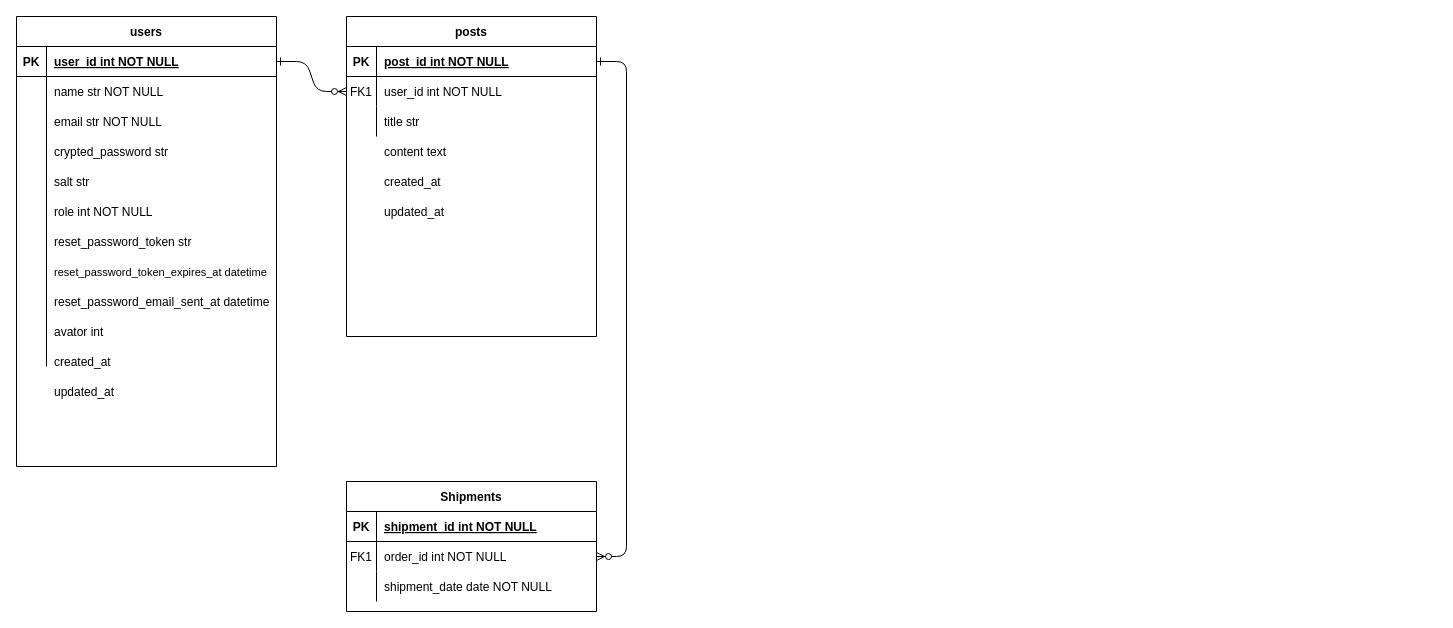
Above: 名称未設定ファイル.drawio in Toshiki003/Dressing-for-2-years-old-child (draw.io), before the change. Source tidied: cells renumbered, new cells numbered last; positions are measured from the earlier drawing's top-left corner, leaving out a move shared by most shapes. Both pictures are drawn from the tidied source at 100%, with x=0, y=0 at pixel (16, 16).
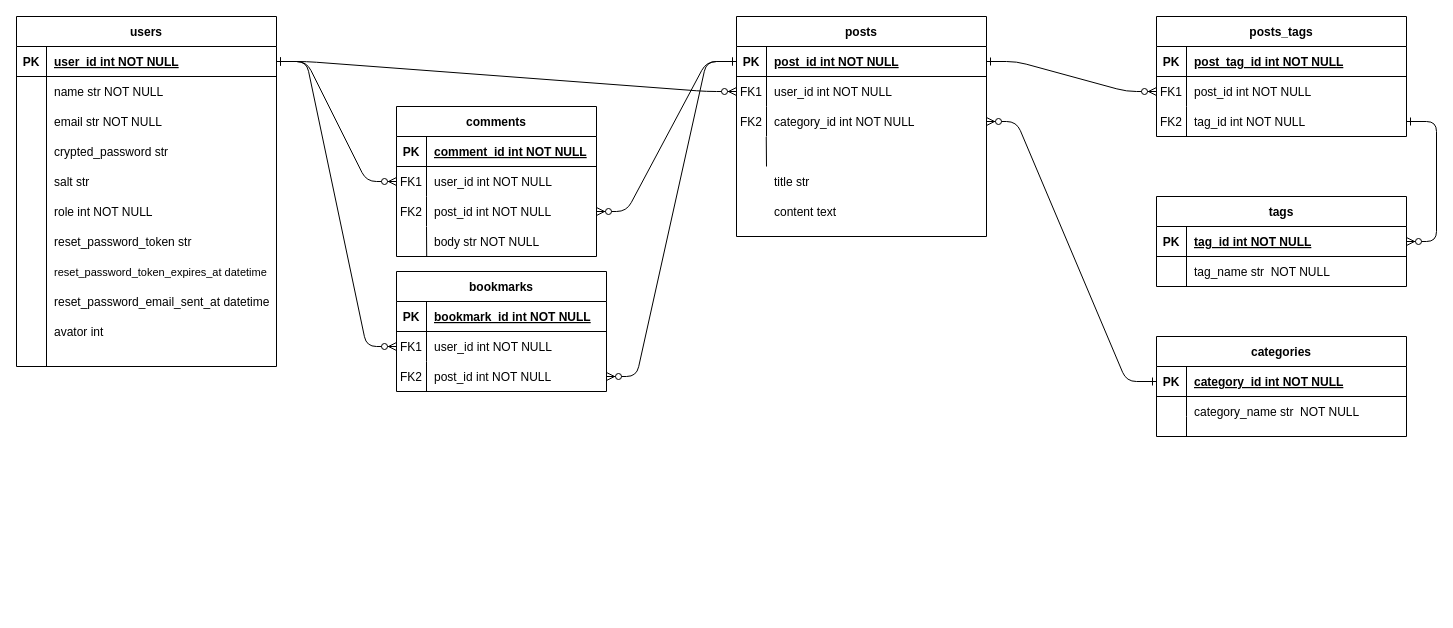
The same diagram, later.

Commit message:
名称未設定ファイル.drawio を更新します

The change refers to these unchanged cells:
```xml
<mxCell id="5" style="shape=partialRectangle;fillColor=none;points=[[0,0.5],[1,0.5]];portConstraint=eastwest;top=0;left=0;right=0;bottom=1;" parent="4" vertex="1">
  <mxGeometry y="30" width="250" height="30" as="geometry" />
</mxCell>
<mxCell id="11" style="shape=partialRectangle;fillColor=none;points=[[0,0.5],[1,0.5]];portConstraint=eastwest;top=0;left=0;right=0;bottom=0;" parent="4" vertex="1">
  <mxGeometry y="90" width="250" height="30" as="geometry" />
</mxCell>
<mxCell id="15" style="shape=partialRectangle;fillColor=none;points=[[0,0.5],[1,0.5]];portConstraint=eastwest;top=0;left=0;right=0;bottom=1;" parent="14" vertex="1">
  <mxGeometry y="30" width="250" height="30" as="geometry" />
</mxCell>
<mxCell id="25" style="shape=partialRectangle;fillColor=none;points=[[0,0.5],[1,0.5]];portConstraint=eastwest;top=0;left=0;right=0;bottom=1;" parent="24" vertex="1">
  <mxGeometry y="30" width="260" height="30" as="geometry" />
</mxCell>
```

The edit, as a diff of the source:
```diff
@@
-    <mxCell id="3" style="edgeStyle=entityRelationEdgeStyle;endArrow=ERzeroToMany;startArrow=ERone;endFill=1;startFill=0;" parent="1" edge="1" source="5" target="18">
+    <mxCell id="3" style="edgeStyle=entityRelationEdgeStyle;endArrow=ERzeroToMany;startArrow=ERone;endFill=1;startFill=0;exitX=0;exitY=0.5;exitDx=0;exitDy=0;entryX=1;entryY=0.5;entryDx=0;entryDy=0;" parent="1" edge="1" source="15" target="11">
       <mxGeometry relative="1" as="geometry" />
     </mxCell>
     <mxCell id="4" value="posts" style="shape=table;startSize=30;childLayout=tableLayout;rowLines=0;fontStyle=1;align=center;" parent="1" vertex="1">
-      <mxGeometry x="330" width="250" height="320" as="geometry" />
+      <mxGeometry x="720" width="250" height="220" as="geometry" />
     </mxCell>
@@
-    <mxCell id="13" value="title str" style="shape=partialRectangle;overflow=hidden;fillColor=none;top=0;left=0;bottom=0;right=0;align=left;spacingLeft=6;" parent="11" vertex="1">
+    <mxCell id="13" value="category_id int NOT NULL" style="shape=partialRectangle;overflow=hidden;fillColor=none;top=0;left=0;bottom=0;right=0;align=left;spacingLeft=6;" parent="11" vertex="1">
       <mxGeometry x="30" width="220" height="30" as="geometry" />
     </mxCell>
-    <mxCell id="14" value="Shipments" style="shape=table;startSize=30;childLayout=tableLayout;rowLines=0;fontStyle=1;align=center;" parent="1" vertex="1">
-      <mxGeometry x="330" y="465" width="250" height="130" as="geometry" />
+    <mxCell id="14" value="categories" style="shape=table;startSize=30;childLayout=tableLayout;rowLines=0;fontStyle=1;align=center;" parent="1" vertex="1">
+      <mxGeometry x="1140" y="320" width="250" height="100" as="geometry" />
     </mxCell>
@@
-    <mxCell id="17" value="shipment_id int NOT NULL " style="shape=partialRectangle;overflow=hidden;fillColor=none;top=0;left=0;bottom=0;right=0;align=left;spacingLeft=6;fontStyle=5;" parent="15" vertex="1">
+    <mxCell id="17" value="category_id int NOT NULL " style="shape=partialRectangle;overflow=hidden;fillColor=none;top=0;left=0;bottom=0;right=0;align=left;spacingLeft=6;fontStyle=5;" parent="15" vertex="1">
       <mxGeometry x="30" width="220" height="30" as="geometry" />
     </mxCell>
     <mxCell id="18" style="shape=partialRectangle;fillColor=none;points=[[0,0.5],[1,0.5]];portConstraint=eastwest;top=0;left=0;right=0;bottom=0;" parent="14" vertex="1">
-      <mxGeometry y="60" width="250" height="30" as="geometry" />
+      <mxGeometry y="60" width="250" height="20" as="geometry" />
     </mxCell>
-    <mxCell id="19" value="FK1" style="shape=partialRectangle;overflow=hidden;fillColor=none;top=0;left=0;bottom=0;right=0;" parent="18" vertex="1">
-      <mxGeometry width="30" height="30" as="geometry" />
+    <mxCell id="19" style="shape=partialRectangle;overflow=hidden;fillColor=none;top=0;left=0;bottom=0;right=0;" parent="18" vertex="1">
+      <mxGeometry width="30" height="20" as="geometry" />
     </mxCell>
-    <mxCell id="20" value="order_id int NOT NULL" style="shape=partialRectangle;overflow=hidden;fillColor=none;top=0;left=0;bottom=0;right=0;align=left;spacingLeft=6;" parent="18" vertex="1">
-      <mxGeometry x="30" width="220" height="30" as="geometry" />
+    <mxCell id="20" style="shape=partialRectangle;overflow=hidden;fillColor=none;top=0;left=0;bottom=0;right=0;align=left;spacingLeft=6;" parent="18" vertex="1">
+      <mxGeometry x="30" width="220" height="20" as="geometry" />
     </mxCell>
     <mxCell id="21" style="shape=partialRectangle;fillColor=none;top=0;left=0;right=0;bottom=0;" parent="14" vertex="1">
-      <mxGeometry y="90" width="250" height="30" as="geometry" />
+      <mxGeometry y="80" width="250" height="20" as="geometry" />
     </mxCell>
     <mxCell id="22" style="shape=partialRectangle;overflow=hidden;fillColor=none;top=0;left=0;bottom=0;right=0;" parent="21" vertex="1">
-      <mxGeometry width="30" height="30" as="geometry" />
+      <mxGeometry width="30" height="20" as="geometry" />
     </mxCell>
-    <mxCell id="23" value="shipment_date date NOT NULL" style="shape=partialRectangle;overflow=hidden;fillColor=none;top=0;left=0;bottom=0;right=0;align=left;spacingLeft=6;" parent="21" vertex="1">
-      <mxGeometry x="30" width="220" height="30" as="geometry" />
+    <mxCell id="23" style="shape=partialRectangle;overflow=hidden;fillColor=none;top=0;left=0;bottom=0;right=0;align=left;spacingLeft=6;" parent="21" vertex="1">
+      <mxGeometry x="30" width="220" height="20" as="geometry" />
     </mxCell>
     <mxCell id="24" value="users" style="shape=table;startSize=30;childLayout=tableLayout;rowLines=0;fontStyle=1;align=center;" parent="1" vertex="1">
-      <mxGeometry width="260" height="450" as="geometry" />
+      <mxGeometry width="260" height="350" as="geometry" />
     </mxCell>
@@
     <mxCell id="46" style="shape=partialRectangle;fillColor=none;points=[[0,0.5],[1,0.5]];portConstraint=eastwest;top=0;left=0;right=0;bottom=0;" parent="1" vertex="1">
-      <mxGeometry x="330" y="120" width="250" height="30" as="geometry" />
+      <mxGeometry x="720" y="120" width="250" height="30" as="geometry" />
     </mxCell>
@@
+    <mxCell id="61" value="bookmarks" style="shape=table;startSize=30;childLayout=tableLayout;rowLines=0;fontStyle=1;align=center;" parent="1" vertex="1">
+      <mxGeometry x="380" y="255" width="210" height="120" as="geometry" />
+    </mxCell>
+    <mxCell id="62" style="shape=partialRectangle;fillColor=none;top=0;left=0;right=0;bottom=1;" parent="61" vertex="1">
+      <mxGeometry y="30" width="210" height="30" as="geometry" />
+    </mxCell>
+    <mxCell id="63" value="PK" style="shape=partialRectangle;overflow=hidden;fillColor=none;top=0;left=0;bottom=0;right=0;fontStyle=1;" parent="62" vertex="1">
+      <mxGeometry width="30" height="30" as="geometry" />
+    </mxCell>
+    <mxCell id="64" value="bookmark_id int NOT NULL " style="shape=partialRectangle;overflow=hidden;fillColor=none;top=0;left=0;bottom=0;right=0;align=left;spacingLeft=6;fontStyle=5;" parent="62" vertex="1">
+      <mxGeometry x="30" width="180" height="30" as="geometry" />
+    </mxCell>
+    <mxCell id="65" style="shape=partialRectangle;fillColor=none;points=[[0,0.5],[1,0.5]];portConstraint=eastwest;top=0;left=0;right=0;bottom=0;" parent="61" vertex="1">
+      <mxGeometry y="60" width="210" height="30" as="geometry" />
+    </mxCell>
+    <mxCell id="66" value="FK1" style="shape=partialRectangle;overflow=hidden;fillColor=none;top=0;left=0;bottom=0;right=0;" parent="65" vertex="1">
+      <mxGeometry width="30" height="30" as="geometry" />
+    </mxCell>
+    <mxCell id="67" value="user_id int NOT NULL" style="shape=partialRectangle;overflow=hidden;fillColor=none;top=0;left=0;bottom=0;right=0;align=left;spacingLeft=6;" parent="65" vertex="1">
+      <mxGeometry x="30" width="180" height="30" as="geometry" />
+    </mxCell>
+    <mxCell id="68" style="shape=partialRectangle;fillColor=none;points=[[0,0.5],[1,0.5]];portConstraint=eastwest;top=0;left=0;right=0;bottom=0;" parent="61" vertex="1">
+      <mxGeometry y="90" width="210" height="30" as="geometry" />
+    </mxCell>
+    <mxCell id="69" style="shape=partialRectangle;overflow=hidden;fillColor=none;top=0;left=0;bottom=0;right=0;" parent="68" vertex="1">
+      <mxGeometry width="30" height="30" as="geometry" />
+    </mxCell>
+    <mxCell id="70" value="post_id int NOT NULL" style="shape=partialRectangle;overflow=hidden;fillColor=none;top=0;left=0;bottom=0;right=0;align=left;spacingLeft=6;" parent="68" vertex="1">
+      <mxGeometry x="30" width="180" height="30" as="geometry" />
+    </mxCell>
+    <mxCell id="71" value="FK2" style="shape=partialRectangle;overflow=hidden;fillColor=none;top=0;left=0;bottom=0;right=0;" parent="1" vertex="1">
+      <mxGeometry x="380" y="345" width="30" height="30" as="geometry" />
+    </mxCell>
+    <mxCell id="72" style="endArrow=none;html=1;rounded=0;fontSize=11;entryX=0.119;entryY=0.01;entryDx=0;entryDy=0;entryPerimeter=0;" parent="1" edge="1" target="46">
+      <mxGeometry relative="1" as="geometry">
+        <mxPoint x="750" y="150" as="sourcePoint" />
+      </mxGeometry>
+    </mxCell>
+    <mxCell id="73" style="endArrow=ERzeroToMany;startArrow=ERone;endFill=1;startFill=0;edgeStyle=entityRelationEdgeStyle;entryX=0;entryY=0.5;entryDx=0;entryDy=0;exitX=1;exitY=0.5;exitDx=0;exitDy=0;" parent="1" edge="1" source="25" target="65">
+      <mxGeometry relative="1" as="geometry" />
+    </mxCell>
+    <mxCell id="74" style="endArrow=ERzeroToMany;startArrow=ERone;endFill=1;startFill=0;entryX=1;entryY=0.5;entryDx=0;entryDy=0;edgeStyle=entityRelationEdgeStyle;exitX=0;exitY=0.5;exitDx=0;exitDy=0;" parent="1" edge="1" source="5" target="68">
+      <mxGeometry relative="1" as="geometry" />
+    </mxCell>
+    <mxCell id="75" value="tags" style="shape=table;startSize=30;childLayout=tableLayout;rowLines=0;fontStyle=1;align=center;" parent="1" vertex="1">
+      <mxGeometry x="1140" y="180" width="250" height="90" as="geometry" />
+    </mxCell>
+    <mxCell id="76" style="shape=partialRectangle;fillColor=none;points=[[0,0.5],[1,0.5]];portConstraint=eastwest;top=0;left=0;right=0;bottom=1;" parent="75" vertex="1">
+      <mxGeometry y="30" width="250" height="30" as="geometry" />
+    </mxCell>
+    <mxCell id="77" value="PK" style="shape=partialRectangle;overflow=hidden;fillColor=none;top=0;left=0;bottom=0;right=0;fontStyle=1;" parent="76" vertex="1">
+      <mxGeometry width="30" height="30" as="geometry" />
+    </mxCell>
+    <mxCell id="78" value="tag_id int NOT NULL " style="shape=partialRectangle;overflow=hidden;fillColor=none;top=0;left=0;bottom=0;right=0;align=left;spacingLeft=6;fontStyle=5;" parent="76" vertex="1">
+      <mxGeometry x="30" width="220" height="30" as="geometry" />
+    </mxCell>
+    <mxCell id="79" style="shape=partialRectangle;fillColor=none;top=0;left=0;right=0;bottom=0;" parent="75" vertex="1">
+      <mxGeometry y="60" width="250" height="30" as="geometry" />
+    </mxCell>
+    <mxCell id="80" style="shape=partialRectangle;overflow=hidden;fillColor=none;top=0;left=0;bottom=0;right=0;" parent="79" vertex="1">
+      <mxGeometry width="30" height="30" as="geometry" />
+    </mxCell>
+    <mxCell id="81" value="tag_name str  NOT NULL" style="shape=partialRectangle;overflow=hidden;fillColor=none;top=0;left=0;bottom=0;right=0;align=left;spacingLeft=6;" parent="79" vertex="1">
+      <mxGeometry x="30" width="220" height="30" as="geometry" />
+    </mxCell>
+    <mxCell id="82" value="posts_tags" style="shape=table;startSize=30;childLayout=tableLayout;rowLines=0;fontStyle=1;align=center;" parent="1" vertex="1">
+      <mxGeometry x="1140" width="250" height="120" as="geometry" />
+    </mxCell>
+    <mxCell id="83" style="shape=partialRectangle;fillColor=none;top=0;left=0;right=0;bottom=1;" parent="82" vertex="1">
+      <mxGeometry y="30" width="250" height="30" as="geometry" />
+    </mxCell>
+    <mxCell id="84" value="PK" style="shape=partialRectangle;overflow=hidden;fillColor=none;top=0;left=0;bottom=0;right=0;fontStyle=1;" parent="83" vertex="1">
+      <mxGeometry width="30" height="30" as="geometry" />
+    </mxCell>
+    <mxCell id="85" value="post_tag_id int NOT NULL " style="shape=partialRectangle;overflow=hidden;fillColor=none;top=0;left=0;bottom=0;right=0;align=left;spacingLeft=6;fontStyle=5;" parent="83" vertex="1">
+      <mxGeometry x="30" width="220" height="30" as="geometry" />
+    </mxCell>
+    <mxCell id="86" style="shape=partialRectangle;fillColor=none;points=[[0,0.5],[1,0.5]];portConstraint=eastwest;top=0;left=0;right=0;bottom=0;" parent="82" vertex="1">
+      <mxGeometry y="60" width="250" height="30" as="geometry" />
+    </mxCell>
+    <mxCell id="87" value="FK1" style="shape=partialRectangle;overflow=hidden;fillColor=none;top=0;left=0;bottom=0;right=0;" parent="86" vertex="1">
+      <mxGeometry width="30" height="30" as="geometry" />
+    </mxCell>
+    <mxCell id="88" value="post_id int NOT NULL" style="shape=partialRectangle;overflow=hidden;fillColor=none;top=0;left=0;bottom=0;right=0;align=left;spacingLeft=6;" parent="86" vertex="1">
+      <mxGeometry x="30" width="220" height="30" as="geometry" />
+    </mxCell>
+    <mxCell id="89" style="shape=partialRectangle;fillColor=none;points=[[0,0.5],[1,0.5]];portConstraint=eastwest;top=0;left=0;right=0;bottom=0;" parent="82" vertex="1">
+      <mxGeometry y="90" width="250" height="30" as="geometry" />
+    </mxCell>
+    <mxCell id="90" style="shape=partialRectangle;overflow=hidden;fillColor=none;top=0;left=0;bottom=0;right=0;" parent="89" vertex="1">
+      <mxGeometry width="30" height="30" as="geometry" />
+    </mxCell>
+    <mxCell id="91" value="tag_id int NOT NULL" style="shape=partialRectangle;overflow=hidden;fillColor=none;top=0;left=0;bottom=0;right=0;align=left;spacingLeft=6;" parent="89" vertex="1">
+      <mxGeometry x="30" width="220" height="30" as="geometry" />
+    </mxCell>
+    <mxCell id="92" value="FK2" style="shape=partialRectangle;overflow=hidden;fillColor=none;top=0;left=0;bottom=0;right=0;" parent="1" vertex="1">
+      <mxGeometry x="1140" y="90" width="30" height="30" as="geometry" />
+    </mxCell>
+    <mxCell id="93" value="comments" style="shape=table;startSize=30;childLayout=tableLayout;rowLines=0;fontStyle=1;align=center;" parent="1" vertex="1">
+      <mxGeometry x="380" y="90" width="200" height="150" as="geometry" />
+    </mxCell>
+    <mxCell id="94" style="shape=partialRectangle;fillColor=none;top=0;left=0;right=0;bottom=1;" parent="93" vertex="1">
+      <mxGeometry y="30" width="200" height="30" as="geometry" />
+    </mxCell>
+    <mxCell id="95" value="PK" style="shape=partialRectangle;overflow=hidden;fillColor=none;top=0;left=0;bottom=0;right=0;fontStyle=1;" parent="94" vertex="1">
+      <mxGeometry width="30" height="30" as="geometry" />
+    </mxCell>
+    <mxCell id="96" value="comment_id int NOT NULL " style="shape=partialRectangle;overflow=hidden;fillColor=none;top=0;left=0;bottom=0;right=0;align=left;spacingLeft=6;fontStyle=5;" parent="94" vertex="1">
+      <mxGeometry x="30" width="170" height="30" as="geometry" />
+    </mxCell>
+    <mxCell id="97" style="shape=partialRectangle;fillColor=none;points=[[0,0.5],[1,0.5]];portConstraint=eastwest;top=0;left=0;right=0;bottom=0;" parent="93" vertex="1">
+      <mxGeometry y="60" width="200" height="30" as="geometry" />
+    </mxCell>
+    <mxCell id="98" value="FK1" style="shape=partialRectangle;overflow=hidden;fillColor=none;top=0;left=0;bottom=0;right=0;" parent="97" vertex="1">
+      <mxGeometry width="30" height="30" as="geometry" />
+    </mxCell>
+    <mxCell id="99" value="user_id int NOT NULL" style="shape=partialRectangle;overflow=hidden;fillColor=none;top=0;left=0;bottom=0;right=0;align=left;spacingLeft=6;" parent="97" vertex="1">
+      <mxGeometry x="30" width="170" height="30" as="geometry" />
+    </mxCell>
+    <mxCell id="100" style="shape=partialRectangle;fillColor=none;points=[[0,0.5],[1,0.5]];portConstraint=eastwest;top=0;left=0;right=0;bottom=0;" parent="93" vertex="1">
+      <mxGeometry y="90" width="200" height="30" as="geometry" />
+    </mxCell>
+    <mxCell id="101" style="shape=partialRectangle;overflow=hidden;fillColor=none;top=0;left=0;bottom=0;right=0;" parent="100" vertex="1">
+      <mxGeometry width="30" height="30" as="geometry" />
+    </mxCell>
+    <mxCell id="102" value="post_id int NOT NULL" style="shape=partialRectangle;overflow=hidden;fillColor=none;top=0;left=0;bottom=0;right=0;align=left;spacingLeft=6;" parent="100" vertex="1">
+      <mxGeometry x="30" width="170" height="30" as="geometry" />
+    </mxCell>
+    <mxCell id="103" value="FK2" style="shape=partialRectangle;overflow=hidden;fillColor=none;top=0;left=0;bottom=0;right=0;" parent="1" vertex="1">
+      <mxGeometry x="380" y="180" width="30" height="30" as="geometry" />
+    </mxCell>
+    <mxCell id="104" style="endArrow=none;html=1;rounded=0;fontSize=11;entryX=0.119;entryY=0.01;entryDx=0;entryDy=0;entryPerimeter=0;" parent="1" edge="1">
+      <mxGeometry relative="1" as="geometry">
+        <mxPoint x="410.2" y="240" as="sourcePoint" />
+        <mxPoint x="410" y="210.3" as="targetPoint" />
+      </mxGeometry>
+    </mxCell>
+    <mxCell id="105" value="body str NOT NULL" style="shape=partialRectangle;overflow=hidden;fillColor=none;top=0;left=0;bottom=0;right=0;align=left;spacingLeft=6;" parent="1" vertex="1">
+      <mxGeometry x="410" y="210" width="140" height="30" as="geometry" />
+    </mxCell>
+    <mxCell id="106" style="edgeStyle=entityRelationEdgeStyle;endArrow=ERzeroToMany;startArrow=ERone;endFill=1;startFill=0;entryX=0;entryY=0.5;entryDx=0;entryDy=0;exitX=1;exitY=0.5;exitDx=0;exitDy=0;" parent="1" edge="1" source="25" target="97">
+      <mxGeometry relative="1" as="geometry" />
+    </mxCell>
+    <mxCell id="107" style="edgeStyle=entityRelationEdgeStyle;endArrow=ERzeroToMany;startArrow=ERone;endFill=1;startFill=0;exitX=0;exitY=0.5;exitDx=0;exitDy=0;" parent="1" edge="1" source="5" target="100">
+      <mxGeometry relative="1" as="geometry" />
+    </mxCell>
-    <mxCell id="48" value="content text" style="shape=partialRectangle;overflow=hidden;fillColor=none;top=0;left=0;bottom=0;right=0;align=left;spacingLeft=6;" parent="46" vertex="1">
-      <mxGeometry x="30" width="220" height="30" as="geometry" />
+    <mxCell id="48" value="content text" style="shape=partialRectangle;overflow=hidden;fillColor=none;top=0;left=0;bottom=0;right=0;align=left;spacingLeft=6;" parent="1" vertex="1">
+      <mxGeometry x="750" y="180" width="220" height="30" as="geometry" />
     </mxCell>
-    <mxCell id="49" style="shape=partialRectangle;fillColor=none;top=0;left=0;right=0;bottom=0;" parent="1" vertex="1">
-      <mxGeometry y="330" width="250" height="30" as="geometry" />
-    </mxCell>
-    <mxCell id="50" style="shape=partialRectangle;overflow=hidden;fillColor=none;top=0;left=0;bottom=0;right=0;" parent="49" vertex="1">
-      <mxGeometry width="30" height="30" as="geometry" />
-    </mxCell>
-    <mxCell id="51" value="created_at " style="shape=partialRectangle;overflow=hidden;fillColor=none;top=0;left=0;bottom=0;right=0;align=left;spacingLeft=6;" parent="49" vertex="1">
-      <mxGeometry x="30" width="220" height="30" as="geometry" />
-    </mxCell>
-    <mxCell id="52" style="shape=partialRectangle;fillColor=none;top=0;left=0;right=0;bottom=0;" parent="1" vertex="1">
-      <mxGeometry y="360" width="250" height="30" as="geometry" />
-    </mxCell>
-    <mxCell id="53" style="shape=partialRectangle;overflow=hidden;fillColor=none;top=0;left=0;bottom=0;right=0;" parent="52" vertex="1">
-      <mxGeometry width="30" height="30" as="geometry" />
-    </mxCell>
-    <mxCell id="54" value="updated_at" style="shape=partialRectangle;overflow=hidden;fillColor=none;top=0;left=0;bottom=0;right=0;align=left;spacingLeft=6;" parent="52" vertex="1">
-      <mxGeometry x="30" width="220" height="30" as="geometry" />
-    </mxCell>
-    <mxCell id="55" style="shape=partialRectangle;fillColor=none;top=0;left=0;right=0;bottom=0;" parent="1" vertex="1">
-      <mxGeometry x="330" y="150" width="250" height="30" as="geometry" />
-    </mxCell>
-    <mxCell id="56" style="shape=partialRectangle;overflow=hidden;fillColor=none;top=0;left=0;bottom=0;right=0;" parent="55" vertex="1">
-      <mxGeometry width="30" height="30" as="geometry" />
-    </mxCell>
-    <mxCell id="57" value="created_at " style="shape=partialRectangle;overflow=hidden;fillColor=none;top=0;left=0;bottom=0;right=0;align=left;spacingLeft=6;" parent="55" vertex="1">
-      <mxGeometry x="30" width="220" height="30" as="geometry" />
-    </mxCell>
-    <mxCell id="58" style="shape=partialRectangle;fillColor=none;top=0;left=0;right=0;bottom=0;" parent="1" vertex="1">
-      <mxGeometry x="330" y="180" width="250" height="30" as="geometry" />
-    </mxCell>
-    <mxCell id="59" style="shape=partialRectangle;overflow=hidden;fillColor=none;top=0;left=0;bottom=0;right=0;" parent="58" vertex="1">
-      <mxGeometry width="30" height="30" as="geometry" />
-    </mxCell>
-    <mxCell id="60" value="updated_at" style="shape=partialRectangle;overflow=hidden;fillColor=none;top=0;left=0;bottom=0;right=0;align=left;spacingLeft=6;" parent="58" vertex="1">
-      <mxGeometry x="30" width="220" height="30" as="geometry" />
-    </mxCell>
+    <mxCell id="108" value="title str" style="shape=partialRectangle;overflow=hidden;fillColor=none;top=0;left=0;bottom=0;right=0;align=left;spacingLeft=6;" parent="1" vertex="1">
+      <mxGeometry x="750" y="150" width="220" height="30" as="geometry" />
+    </mxCell>
+    <mxCell id="109" value="FK2" style="shape=partialRectangle;overflow=hidden;fillColor=none;top=0;left=0;bottom=0;right=0;" parent="1" vertex="1">
+      <mxGeometry x="720" y="90" width="30" height="30" as="geometry" />
+    </mxCell>
+    <mxCell id="110" style="shape=partialRectangle;fillColor=none;top=0;left=0;right=0;bottom=0;" parent="1" vertex="1">
+      <mxGeometry x="1140" y="380" width="250" height="30" as="geometry" />
+    </mxCell>
+    <mxCell id="111" style="shape=partialRectangle;overflow=hidden;fillColor=none;top=0;left=0;bottom=0;right=0;" parent="110" vertex="1">
+      <mxGeometry width="30" height="30" as="geometry" />
+    </mxCell>
+    <mxCell id="112" value="category_name str  NOT NULL" style="shape=partialRectangle;overflow=hidden;fillColor=none;top=0;left=0;bottom=0;right=0;align=left;spacingLeft=6;" parent="110" vertex="1">
+      <mxGeometry x="30" width="220" height="30" as="geometry" />
+    </mxCell>
+    <mxCell id="113" style="edgeStyle=entityRelationEdgeStyle;endArrow=ERzeroToMany;startArrow=ERone;endFill=1;startFill=0;exitX=1;exitY=0.5;exitDx=0;exitDy=0;entryX=0;entryY=0.5;entryDx=0;entryDy=0;" parent="1" edge="1" source="5" target="86">
+      <mxGeometry relative="1" as="geometry" />
+    </mxCell>
+    <mxCell id="114" style="edgeStyle=entityRelationEdgeStyle;endArrow=ERzeroToMany;startArrow=ERone;endFill=1;startFill=0;entryX=1;entryY=0.5;entryDx=0;entryDy=0;exitX=1;exitY=0.5;exitDx=0;exitDy=0;" parent="1" edge="1" source="89" target="76">
+      <mxGeometry relative="1" as="geometry" />
+    </mxCell>
```
